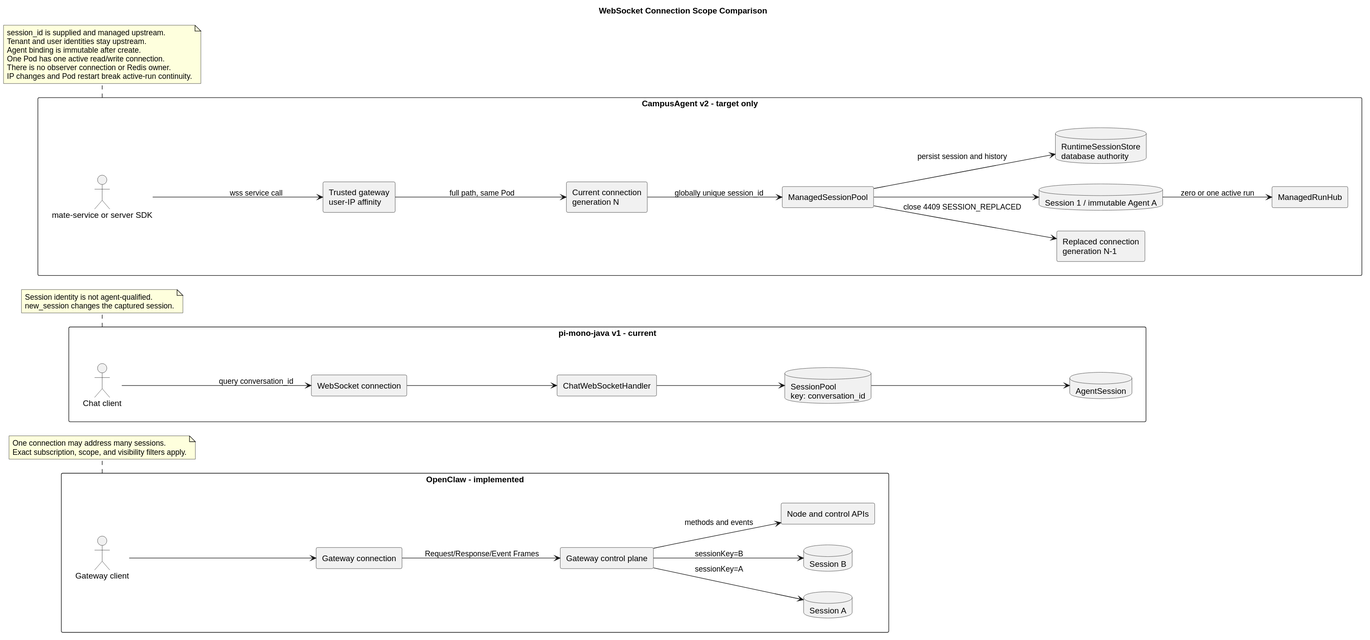
Above: openclaw-campusagent-websocket-comparison/websocket_connection_scope_comparison.svg in superheromeZzh/pi-mono-java-design (PlantUML), before the change.
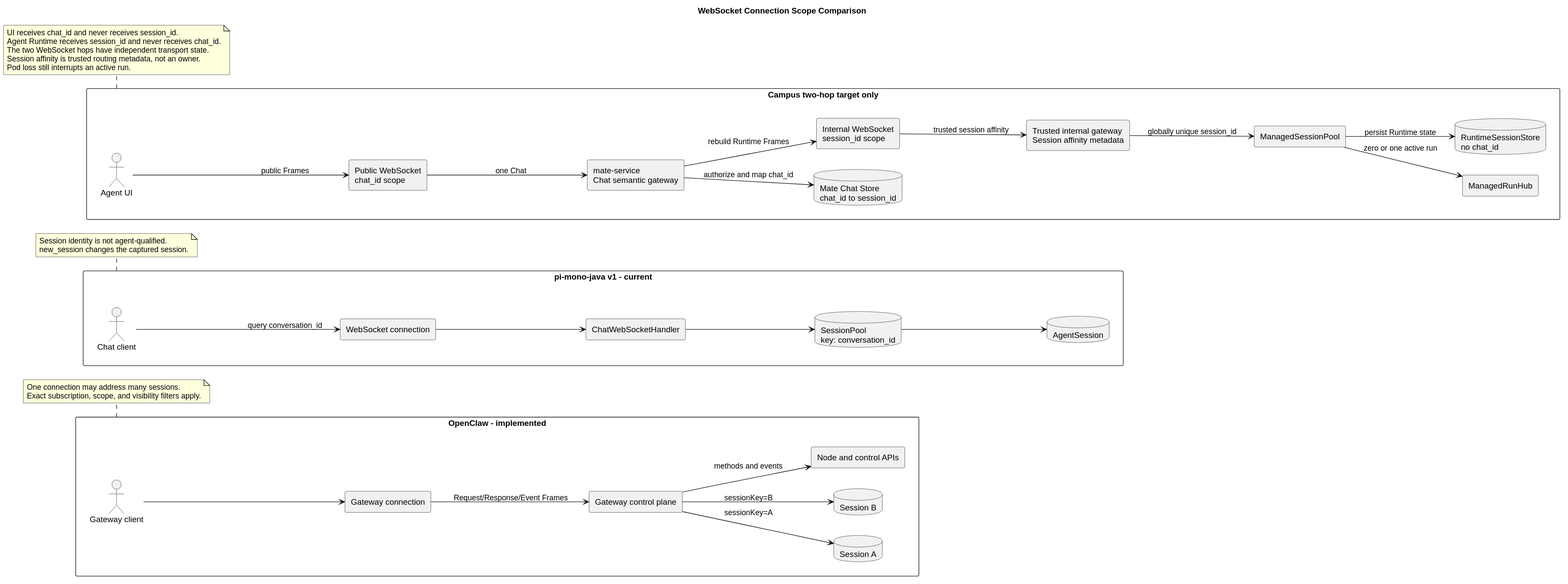
The same file after the commit.

What changed in the source:
```diff
@@ -37,23 +37,25 @@
   java_pool --> java_session
 }
 
-package "CampusAgent v2 - target only" as campus_v2 {
-  actor "mate-service or server SDK" as cc_client
-  component "Trusted gateway\nuser-IP affinity" as cc_edge
-  component "Current connection\ngeneration N" as cc_conn
-  component "Replaced connection\ngeneration N-1" as cc_old_conn
+package "Campus two-hop target only" as campus_v2 {
+  actor "Agent UI" as cc_ui
+  component "Public WebSocket\nchat_id scope" as cc_public_conn
+  component "mate-service\nChat semantic gateway" as cc_mate
+  database "Mate Chat Store\nchat_id to session_id" as cc_chat_store
+  component "Internal WebSocket\nsession_id scope" as cc_internal_conn
+  component "Trusted internal gateway\nSession affinity metadata" as cc_edge
   component "ManagedSessionPool" as cc_pool
   component "ManagedRunHub" as cc_hub
-  database "Session 1 / immutable Agent A" as cc_session
-  database "RuntimeSessionStore\ndatabase authority" as cc_store
+  database "RuntimeSessionStore\nno chat_id" as cc_store
 
-  cc_client --> cc_edge : wss service call
-  cc_edge --> cc_conn : full path, same Pod
-  cc_conn --> cc_pool : globally unique session_id
-  cc_pool --> cc_old_conn : close 4409 SESSION_REPLACED
-  cc_pool --> cc_session
-  cc_session --> cc_hub : zero or one active run
-  cc_pool --> cc_store : persist session and history
+  cc_ui --> cc_public_conn : public Frames
+  cc_public_conn --> cc_mate : one Chat
+  cc_mate --> cc_chat_store : authorize and map chat_id
+  cc_mate --> cc_internal_conn : rebuild Runtime Frames
+  cc_internal_conn --> cc_edge : trusted session affinity
+  cc_edge --> cc_pool : globally unique session_id
+  cc_pool --> cc_hub : zero or one active run
+  cc_pool --> cc_store : persist Runtime state
 }
 
 note bottom of openclaw
@@ -67,11 +69,10 @@
 end note
 
 note bottom of campus_v2
-  session_id is supplied and managed upstream.
-  Tenant and user identities stay upstream.
-  Agent binding is immutable after create.
-  One Pod has one active read/write connection.
-  There is no observer connection or Redis owner.
-  IP changes and Pod restart break active-run continuity.
+  UI receives chat_id and never receives session_id.
+  Agent Runtime receives session_id and never receives chat_id.
+  The two WebSocket hops have independent transport state.
+  Session affinity is trusted routing metadata, not an owner.
+  Pod loss still interrupts an active run.
 end note
 @enduml
```
